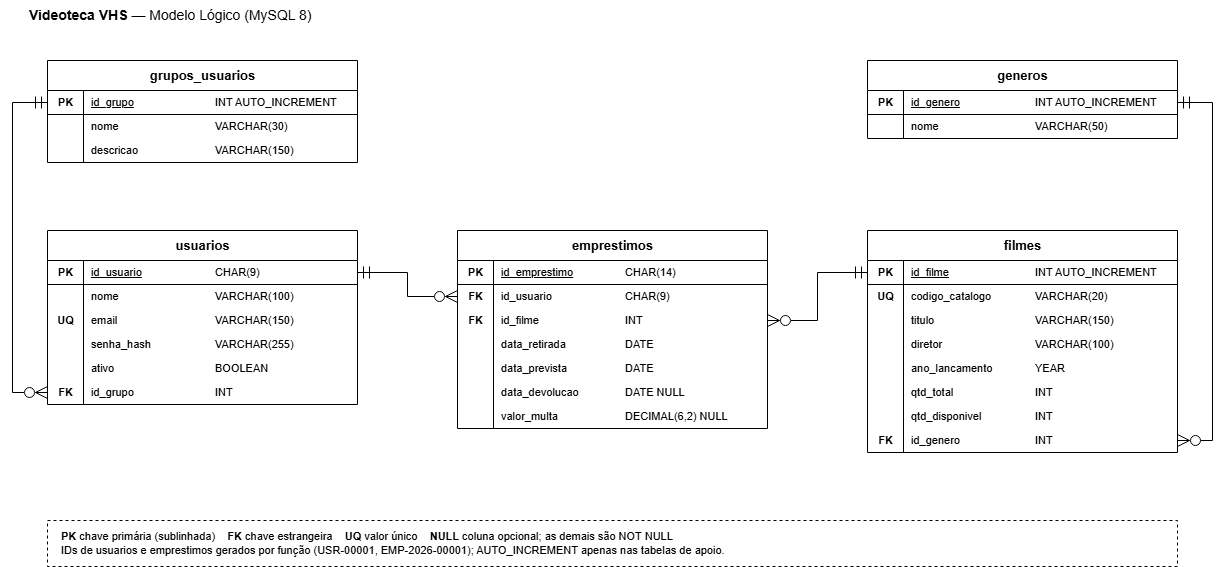
The draw.io diagram docs/modelo_logico.png in AugustoEng/videoteca-vhs, before a commit. Source tidied: cells renumbered, new cells last; positions are measured from the earlier drawing's top-left corner, leaving out a move shared by most shapes.
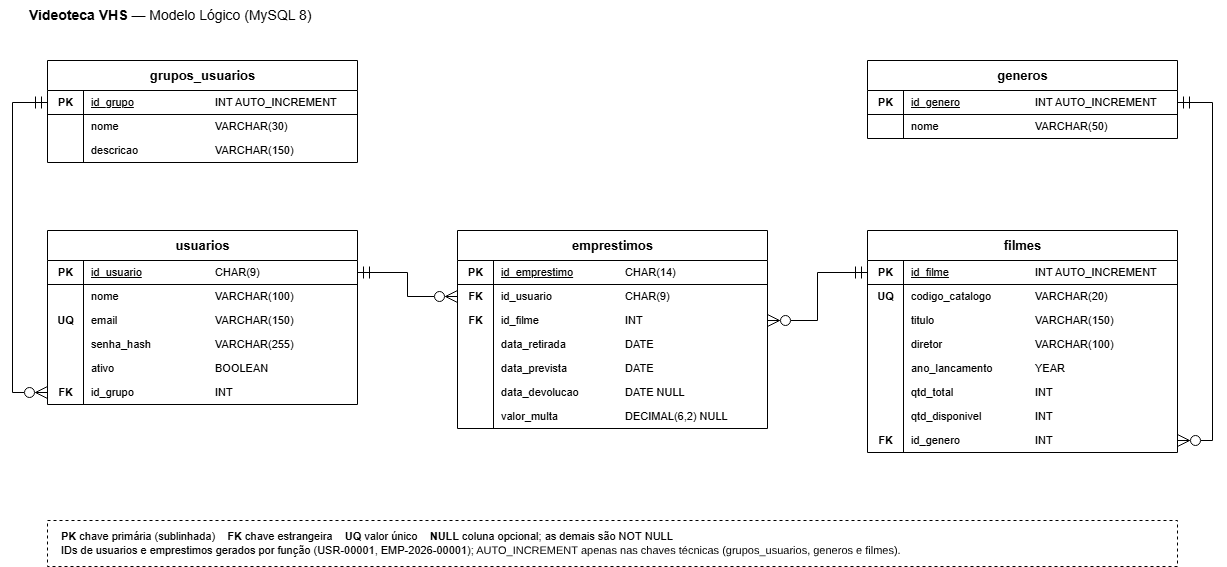
The same diagram one commit later.

Diff of the diagram source:
```diff
@@ -384,7 +384,7 @@
     <mxCell id="125" value="&lt;b&gt;Videoteca VHS&lt;/b&gt; — Modelo Lógico (MySQL 8)" style="text;html=1;align=left;verticalAlign=middle;fillColor=none;strokeColor=none;fontFamily=Arial;fontColor=#000000;fontSize=14;" parent="1" vertex="1">
       <mxGeometry x="15" width="600" height="30" as="geometry" />
     </mxCell>
-    <mxCell id="126" value="&lt;b&gt;PK&lt;/b&gt; chave primária (sublinhada) &amp;nbsp;&amp;nbsp; &lt;b&gt;FK&lt;/b&gt; chave estrangeira &amp;nbsp;&amp;nbsp; &lt;b&gt;UQ&lt;/b&gt; valor único &amp;nbsp;&amp;nbsp; &lt;b&gt;NULL&lt;/b&gt; coluna opcional; as demais são NOT NULL&lt;br&gt;IDs de usuarios e emprestimos gerados por função (USR-00001, EMP-2026-00001); AUTO_INCREMENT apenas nas tabelas de apoio." style="rounded=0;html=1;fillColor=#FFFFFF;strokeColor=#000000;dashed=1;fontFamily=Arial;fontColor=#000000;fontSize=11;align=left;verticalAlign=middle;spacingLeft=12;" parent="1" vertex="1">
+    <mxCell id="126" value="&lt;b&gt;PK&lt;/b&gt; chave primária (sublinhada) &amp;nbsp;&amp;nbsp; &lt;b&gt;FK&lt;/b&gt; chave estrangeira &amp;nbsp;&amp;nbsp; &lt;b&gt;UQ&lt;/b&gt; valor único &amp;nbsp;&amp;nbsp; &lt;b&gt;NULL&lt;/b&gt; coluna opcional; as demais são NOT NULL&lt;br&gt;IDs de usuarios e emprestimos gerados por função (USR-00001, EMP-2026-00001); AUTO_INCREMENT apenas nas chaves técnicas (grupos_usuarios, generos e filmes)." style="rounded=0;html=1;fillColor=#FFFFFF;strokeColor=#000000;dashed=1;fontFamily=Arial;fontColor=#000000;fontSize=11;align=left;verticalAlign=middle;spacingLeft=12;" parent="1" vertex="1">
       <mxGeometry x="35" y="520" width="1130" height="46" as="geometry" />
     </mxCell>
   </root>
```
